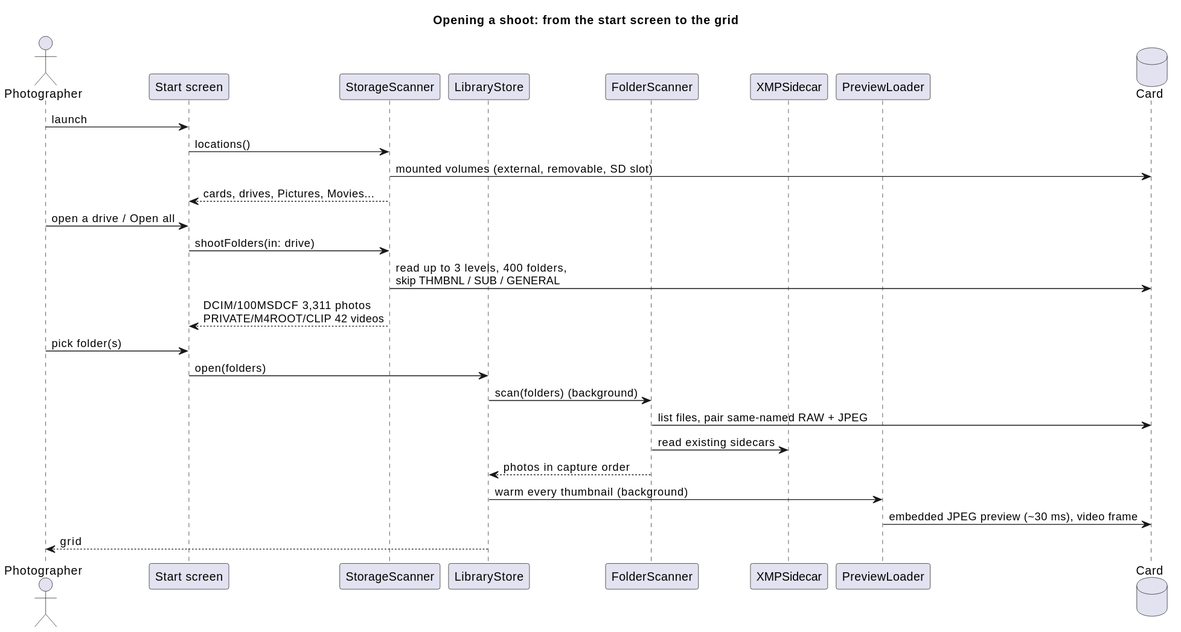
Earlier version of the PlantUML export docs/diagrams/open-shoot.svg (elcozy/culldash).
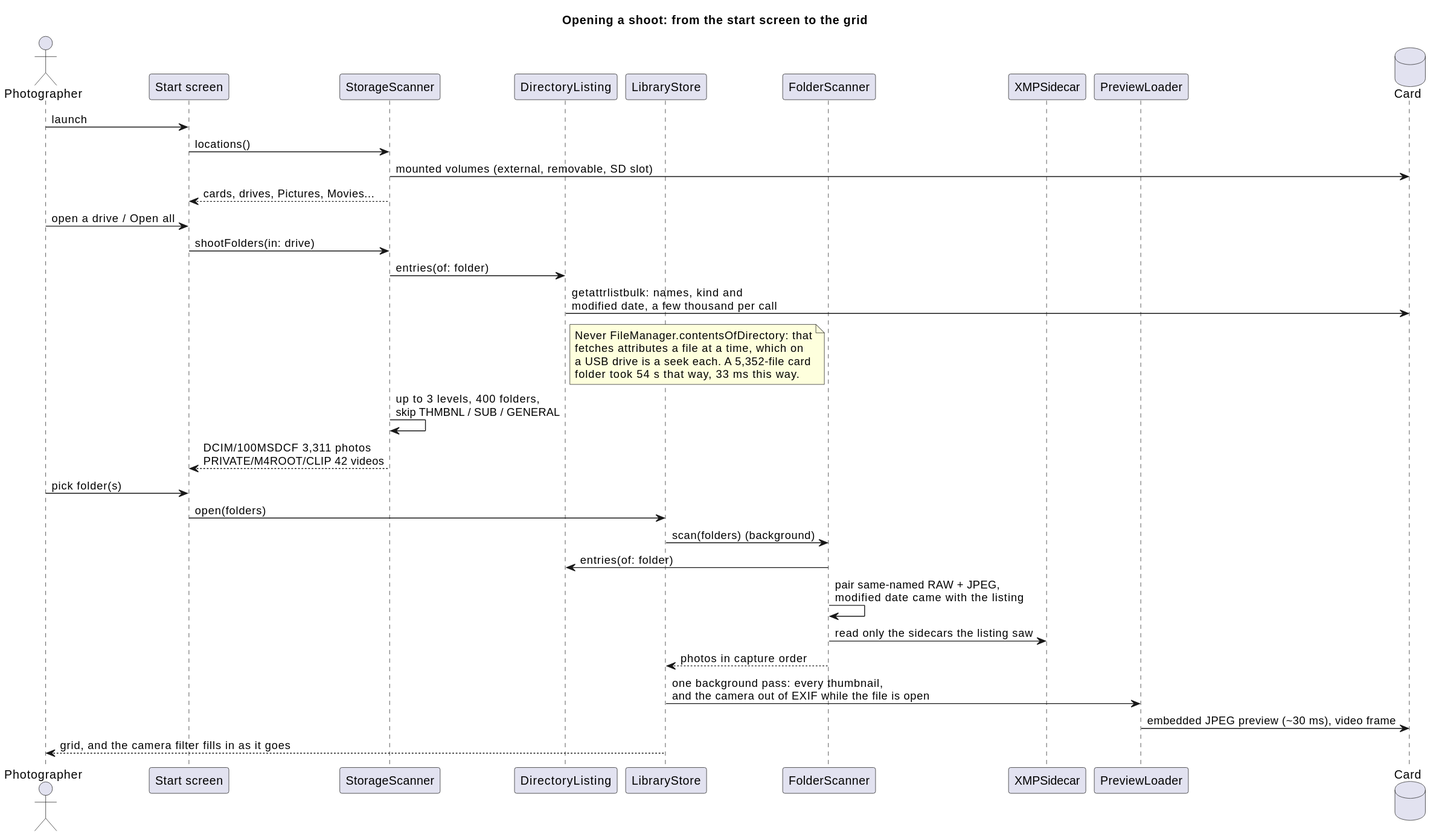
The same file after the commit.

Change to the diagram source:
```diff
@@ -3,6 +3,7 @@
 actor Photographer as P
 participant "Start screen" as Start
 participant StorageScanner as SS
+participant DirectoryListing as DL
 participant LibraryStore as Store
 participant FolderScanner as FS
 participant XMPSidecar as XMP
@@ -15,15 +16,24 @@
 Start <-- SS: cards, drives, Pictures, Movies...
 P -> Start: open a drive / Open all
 Start -> SS: shootFolders(in: drive)
-SS -> Card: read up to 3 levels, 400 folders,\nskip THMBNL / SUB / GENERAL
+SS -> DL: entries(of: folder)
+DL -> Card: getattrlistbulk: names, kind and\nmodified date, a few thousand per call
+note right of DL
+  Never FileManager.contentsOfDirectory: that
+  fetches attributes a file at a time, which on
+  a USB drive is a seek each. A 5,352-file card
+  folder took 54 s that way, 33 ms this way.
+end note
+SS -> SS: up to 3 levels, 400 folders,\nskip THMBNL / SUB / GENERAL
 Start <-- SS: DCIM/100MSDCF 3,311 photos\nPRIVATE/M4ROOT/CLIP 42 videos
 P -> Start: pick folder(s)
 Start -> Store: open(folders)
 Store -> FS: scan(folders) (background)
-FS -> Card: list files, pair same-named RAW + JPEG
-FS -> XMP: read existing sidecars
+FS -> DL: entries(of: folder)
+FS -> FS: pair same-named RAW + JPEG,\nmodified date came with the listing
+FS -> XMP: read only the sidecars the listing saw
 Store <-- FS: photos in capture order
-Store -> PL: warm every thumbnail (background)
+Store -> PL: one background pass: every thumbnail,\nand the camera out of EXIF while the file is open
 PL -> Card: embedded JPEG preview (~30 ms), video frame
-Store --> P: grid
+Store --> P: grid, and the camera filter fills in as it goes
 @enduml
```
